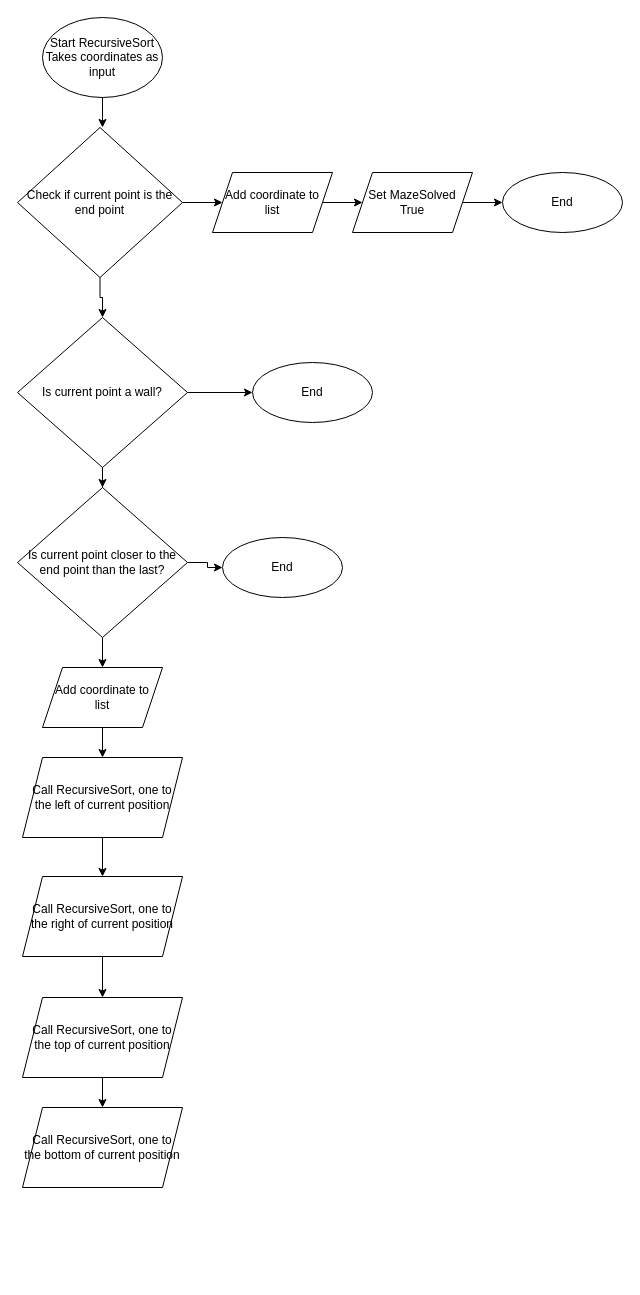
Earlier version of the draw.io diagram Pathfinder 2.drawio (stanbennard/MazeProject2021). Source tidied: cells renumbered, new cells numbered last; positions are measured from the earlier drawing's top-left corner, leaving out a move shared by most shapes. Both pictures are drawn from the tidied source at 100%, with x=0, y=0 at pixel (17, 17).
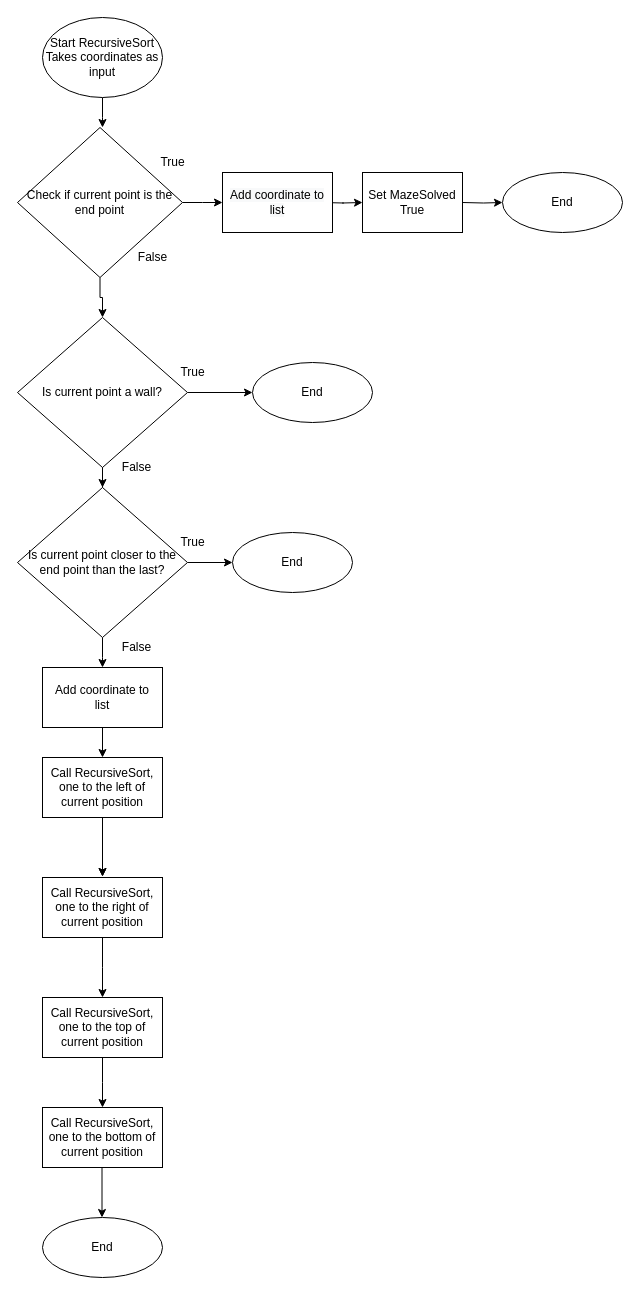
Above is the later version.

The change refers to these unchanged cells:
```xml
<mxCell id="6" value="&lt;span&gt;Check if current point is the end point&lt;/span&gt;" style="rhombus;whiteSpace=wrap;html=1;" parent="1" vertex="1">
  <mxGeometry y="110" width="165" height="150" as="geometry" />
</mxCell>
<mxCell id="9" value="End" style="ellipse;whiteSpace=wrap;html=1;" parent="1" vertex="1">
  <mxGeometry x="485" y="155" width="120" height="60" as="geometry" />
</mxCell>
<mxCell id="19" value="&lt;span&gt;Is current point closer to the end point than the last?&lt;/span&gt;" style="rhombus;whiteSpace=wrap;html=1;" parent="1" vertex="1">
  <mxGeometry y="470" width="170" height="150" as="geometry" />
</mxCell>
```

What changed in the source:
```diff
@@
-    <mxCell id="5" style="edgeStyle=orthogonalEdgeStyle;rounded=0;jettySize=auto;html=1;" parent="1" edge="1" source="6" target="26">
-      <mxGeometry relative="1" as="geometry" />
+    <mxCell id="5" style="edgeStyle=orthogonalEdgeStyle;rounded=0;jettySize=auto;html=1;" parent="1" edge="1" source="6">
+      <mxGeometry relative="1" as="geometry">
+        <mxPoint x="205" y="185" as="targetPoint" />
+      </mxGeometry>
     </mxCell>
@@
-    <mxCell id="7" style="edgeStyle=orthogonalEdgeStyle;rounded=0;jettySize=auto;html=1;" parent="1" edge="1" source="8" target="9">
-      <mxGeometry relative="1" as="geometry" />
+    <mxCell id="7" style="edgeStyle=orthogonalEdgeStyle;rounded=0;jettySize=auto;html=1;" parent="1" edge="1" target="9">
+      <mxGeometry relative="1" as="geometry">
+        <mxPoint x="445" y="185" as="sourcePoint" />
+      </mxGeometry>
     </mxCell>
-    <mxCell id="8" value="Set MazeSolved&lt;br&gt;True" style="shape=parallelogram;perimeter=parallelogramPerimeter;whiteSpace=wrap;html=1;fixedSize=1;" parent="1" vertex="1">
-      <mxGeometry x="335" y="155" width="120" height="60" as="geometry" />
-    </mxCell>
@@
-    <mxCell id="10" style="edgeStyle=orthogonalEdgeStyle;rounded=0;jettySize=auto;html=1;" parent="1" edge="1" source="11" target="21">
-      <mxGeometry relative="1" as="geometry" />
+    <mxCell id="10" style="edgeStyle=orthogonalEdgeStyle;rounded=0;orthogonalLoop=1;jettySize=auto;html=1;" parent="1" edge="1">
+      <mxGeometry relative="1" as="geometry">
+        <mxPoint x="85" y="820" as="sourcePoint" />
+        <mxPoint x="85" y="859" as="targetPoint" />
+      </mxGeometry>
     </mxCell>
-    <mxCell id="11" value="Call RecursiveSort, one to the left of current position" style="shape=parallelogram;perimeter=parallelogramPerimeter;whiteSpace=wrap;html=1;fixedSize=1;" parent="1" vertex="1">
-      <mxGeometry x="5" y="740" width="160" height="80" as="geometry" />
-    </mxCell>
-    <mxCell id="12" style="edgeStyle=orthogonalEdgeStyle;rounded=0;jettySize=auto;html=1;" parent="1" edge="1" source="13" target="11">
-      <mxGeometry relative="1" as="geometry" />
+    <mxCell id="12" style="edgeStyle=orthogonalEdgeStyle;rounded=0;orthogonalLoop=1;jettySize=auto;html=1;" parent="1" edge="1">
+      <mxGeometry relative="1" as="geometry">
+        <mxPoint x="85" y="710" as="sourcePoint" />
+        <mxPoint x="85" y="740" as="targetPoint" />
+      </mxGeometry>
     </mxCell>
-    <mxCell id="13" value="Add coordinate to&lt;br&gt;list" style="shape=parallelogram;perimeter=parallelogramPerimeter;whiteSpace=wrap;html=1;fixedSize=1;" parent="1" vertex="1">
-      <mxGeometry x="25" y="650" width="120" height="60" as="geometry" />
-    </mxCell>
@@
-    <mxCell id="17" style="edgeStyle=orthogonalEdgeStyle;rounded=0;jettySize=auto;html=1;" parent="1" edge="1" source="19" target="13">
-      <mxGeometry relative="1" as="geometry" />
+    <mxCell id="17" style="edgeStyle=orthogonalEdgeStyle;rounded=0;jettySize=auto;html=1;" parent="1" edge="1" source="19">
+      <mxGeometry relative="1" as="geometry">
+        <mxPoint x="85" y="650" as="targetPoint" />
+      </mxGeometry>
     </mxCell>
-    <mxCell id="18" style="edgeStyle=orthogonalEdgeStyle;rounded=0;jettySize=auto;html=1;" parent="1" edge="1" source="19" target="28">
+    <mxCell id="18" style="edgeStyle=orthogonalEdgeStyle;rounded=0;jettySize=auto;html=1;entryX=0;entryY=0.5;entryDx=0;entryDy=0;" parent="1" edge="1" source="19" target="28">
       <mxGeometry relative="1" as="geometry" />
     </mxCell>
@@
-    <mxCell id="20" style="edgeStyle=orthogonalEdgeStyle;rounded=0;jettySize=auto;html=1;" parent="1" edge="1" source="21" target="23">
-      <mxGeometry relative="1" as="geometry" />
+    <mxCell id="20" style="edgeStyle=orthogonalEdgeStyle;rounded=0;jettySize=auto;html=1;exitX=0.5;exitY=1;exitDx=0;exitDy=0;" parent="1" edge="1" source="21">
+      <mxGeometry relative="1" as="geometry">
+        <mxPoint x="85" y="980" as="targetPoint" />
+      </mxGeometry>
     </mxCell>
+    <mxCell id="22" style="edgeStyle=orthogonalEdgeStyle;rounded=0;jettySize=auto;html=1;exitX=0.5;exitY=1;exitDx=0;exitDy=0;" parent="1" edge="1" source="23">
+      <mxGeometry relative="1" as="geometry">
+        <mxPoint x="85" y="1090" as="targetPoint" />
+      </mxGeometry>
+    </mxCell>
+    <mxCell id="25" style="edgeStyle=orthogonalEdgeStyle;rounded=0;orthogonalLoop=1;jettySize=auto;html=1;exitX=1;exitY=0.5;exitDx=0;exitDy=0;entryX=0;entryY=0.5;entryDx=0;entryDy=0;" parent="1" edge="1">
+      <mxGeometry relative="1" as="geometry">
+        <mxPoint x="305" y="185" as="sourcePoint" />
+        <mxPoint x="345" y="185" as="targetPoint" />
+      </mxGeometry>
+    </mxCell>
+    <mxCell id="27" value="End" style="ellipse;whiteSpace=wrap;html=1;" parent="1" vertex="1">
+      <mxGeometry x="235" y="345" width="120" height="60" as="geometry" />
+    </mxCell>
+    <mxCell id="28" value="End" style="ellipse;whiteSpace=wrap;html=1;" parent="1" vertex="1">
+      <mxGeometry x="215" y="515" width="120" height="60" as="geometry" />
+    </mxCell>
+    <mxCell id="29" value="&#10;&#10;&lt;span style=&quot;color: rgb(0, 0, 0); font-family: helvetica; font-size: 12px; font-style: normal; font-weight: 400; letter-spacing: normal; text-align: center; text-indent: 0px; text-transform: none; word-spacing: 0px; background-color: rgb(248, 249, 250); display: inline; float: none;&quot;&gt;Add coordinate to&lt;/span&gt;&lt;br style=&quot;color: rgb(0, 0, 0); font-family: helvetica; font-size: 12px; font-style: normal; font-weight: 400; letter-spacing: normal; text-align: center; text-indent: 0px; text-transform: none; word-spacing: 0px; background-color: rgb(248, 249, 250);&quot;&gt;&lt;span style=&quot;color: rgb(0, 0, 0); font-family: helvetica; font-size: 12px; font-style: normal; font-weight: 400; letter-spacing: normal; text-align: center; text-indent: 0px; text-transform: none; word-spacing: 0px; background-color: rgb(248, 249, 250); display: inline; float: none;&quot;&gt;list&lt;/span&gt;&#10;&#10;" style="rounded=0;whiteSpace=wrap;html=1;" parent="1" vertex="1">
+      <mxGeometry x="205" y="155" width="110" height="60" as="geometry" />
+    </mxCell>
+    <mxCell id="8" value="&lt;span&gt;Set MazeSolved&lt;/span&gt;&lt;br&gt;&lt;span&gt;True&lt;/span&gt;" style="rounded=0;whiteSpace=wrap;html=1;" parent="1" vertex="1">
+      <mxGeometry x="345" y="155" width="100" height="60" as="geometry" />
+    </mxCell>
+    <mxCell id="30" value="&lt;span&gt;Add coordinate to&lt;/span&gt;&lt;br&gt;&lt;span&gt;list&lt;/span&gt;" style="rounded=0;whiteSpace=wrap;html=1;" parent="1" vertex="1">
+      <mxGeometry x="25" y="650" width="120" height="60" as="geometry" />
+    </mxCell>
+    <mxCell id="31" style="edgeStyle=orthogonalEdgeStyle;rounded=0;jettySize=auto;html=1;" parent="1" edge="1" source="11">
+      <mxGeometry relative="1" as="geometry">
+        <mxPoint x="85" y="859" as="targetPoint" />
+      </mxGeometry>
+    </mxCell>
+    <mxCell id="11" value="&lt;span&gt;Call RecursiveSort, one to the left of current position&lt;/span&gt;" style="rounded=0;whiteSpace=wrap;html=1;" parent="1" vertex="1">
+      <mxGeometry x="25" y="740" width="120" height="60" as="geometry" />
+    </mxCell>
-    <mxCell id="21" value="Call RecursiveSort, one to the right of current position" style="shape=parallelogram;perimeter=parallelogramPerimeter;whiteSpace=wrap;html=1;fixedSize=1;" parent="1" vertex="1">
-      <mxGeometry x="5" y="859" width="160" height="80" as="geometry" />
+    <mxCell id="21" value="&lt;span&gt;Call RecursiveSort, one to the right of current position&lt;/span&gt;" style="rounded=0;whiteSpace=wrap;html=1;" parent="1" vertex="1">
+      <mxGeometry x="25" y="860" width="120" height="60" as="geometry" />
     </mxCell>
-    <mxCell id="22" style="edgeStyle=orthogonalEdgeStyle;rounded=0;jettySize=auto;html=1;" parent="1" edge="1" source="23" target="24">
-      <mxGeometry relative="1" as="geometry" />
-    </mxCell>
-    <mxCell id="23" value="Call RecursiveSort, one to the top of current position" style="shape=parallelogram;perimeter=parallelogramPerimeter;whiteSpace=wrap;html=1;fixedSize=1;" parent="1" vertex="1">
-      <mxGeometry x="5" y="980" width="160" height="80" as="geometry" />
+    <mxCell id="23" value="&lt;span&gt;Call RecursiveSort, one to the top of current position&lt;/span&gt;" style="rounded=0;whiteSpace=wrap;html=1;" parent="1" vertex="1">
+      <mxGeometry x="25" y="980" width="120" height="60" as="geometry" />
     </mxCell>
-    <mxCell id="24" value="Call RecursiveSort, one to the bottom of current position" style="shape=parallelogram;perimeter=parallelogramPerimeter;whiteSpace=wrap;html=1;fixedSize=1;" parent="1" vertex="1">
-      <mxGeometry x="5" y="1090" width="160" height="80" as="geometry" />
+    <mxCell id="24" value="&lt;span&gt;Call RecursiveSort, one to the bottom of current position&lt;/span&gt;" style="rounded=0;whiteSpace=wrap;html=1;" parent="1" vertex="1">
+      <mxGeometry x="25" y="1090" width="120" height="60" as="geometry" />
     </mxCell>
-    <mxCell id="25" style="edgeStyle=orthogonalEdgeStyle;rounded=0;jettySize=auto;html=1;exitX=1;exitY=0.5;exitDx=0;exitDy=0;entryX=0;entryY=0.5;entryDx=0;entryDy=0;" parent="1" edge="1" source="26" target="8">
-      <mxGeometry relative="1" as="geometry" />
-    </mxCell>
-    <mxCell id="26" value="Add coordinate to&lt;br&gt;list" style="shape=parallelogram;perimeter=parallelogramPerimeter;whiteSpace=wrap;html=1;fixedSize=1;" parent="1" vertex="1">
-      <mxGeometry x="195" y="155" width="120" height="60" as="geometry" />
-    </mxCell>
-    <mxCell id="27" value="End" style="ellipse;whiteSpace=wrap;html=1;" parent="1" vertex="1">
-      <mxGeometry x="235" y="345" width="120" height="60" as="geometry" />
-    </mxCell>
-    <mxCell id="28" value="End" style="ellipse;whiteSpace=wrap;html=1;" parent="1" vertex="1">
-      <mxGeometry x="205" y="520" width="120" height="60" as="geometry" />
-    </mxCell>
+    <mxCell id="32" value="True" style="text;html=1;align=center;verticalAlign=middle;strokeColor=none;fillColor=none;" parent="1" vertex="1">
+      <mxGeometry x="135" y="135" width="40" height="20" as="geometry" />
+    </mxCell>
+    <mxCell id="33" value="True" style="text;html=1;align=center;verticalAlign=middle;strokeColor=none;fillColor=none;" parent="1" vertex="1">
+      <mxGeometry x="155" y="345" width="40" height="20" as="geometry" />
+    </mxCell>
+    <mxCell id="34" value="True" style="text;html=1;align=center;verticalAlign=middle;strokeColor=none;fillColor=none;" parent="1" vertex="1">
+      <mxGeometry x="155" y="515" width="40" height="20" as="geometry" />
+    </mxCell>
+    <mxCell id="35" value="False" style="text;html=1;align=center;verticalAlign=middle;strokeColor=none;fillColor=none;" parent="1" vertex="1">
+      <mxGeometry x="115" y="230" width="40" height="20" as="geometry" />
+    </mxCell>
+    <mxCell id="36" value="False" style="text;html=1;align=center;verticalAlign=middle;strokeColor=none;fillColor=none;" parent="1" vertex="1">
+      <mxGeometry x="99" y="440" width="40" height="20" as="geometry" />
+    </mxCell>
+    <mxCell id="37" value="False" style="text;html=1;align=center;verticalAlign=middle;strokeColor=none;fillColor=none;" parent="1" vertex="1">
+      <mxGeometry x="99" y="620" width="40" height="20" as="geometry" />
+    </mxCell>
+    <mxCell id="38" value="End" style="ellipse;whiteSpace=wrap;html=1;rounded=0;" parent="1" vertex="1">
+      <mxGeometry x="25" y="1200" width="120" height="60" as="geometry" />
+    </mxCell>
+    <mxCell id="39" style="edgeStyle=orthogonalEdgeStyle;rounded=0;orthogonalLoop=1;jettySize=auto;html=1;exitX=0.5;exitY=1;exitDx=0;exitDy=0;" parent="1" edge="1">
+      <mxGeometry relative="1" as="geometry">
+        <mxPoint x="84.5" y="1150" as="sourcePoint" />
+        <mxPoint x="84.5" y="1200" as="targetPoint" />
+      </mxGeometry>
+    </mxCell>
```
